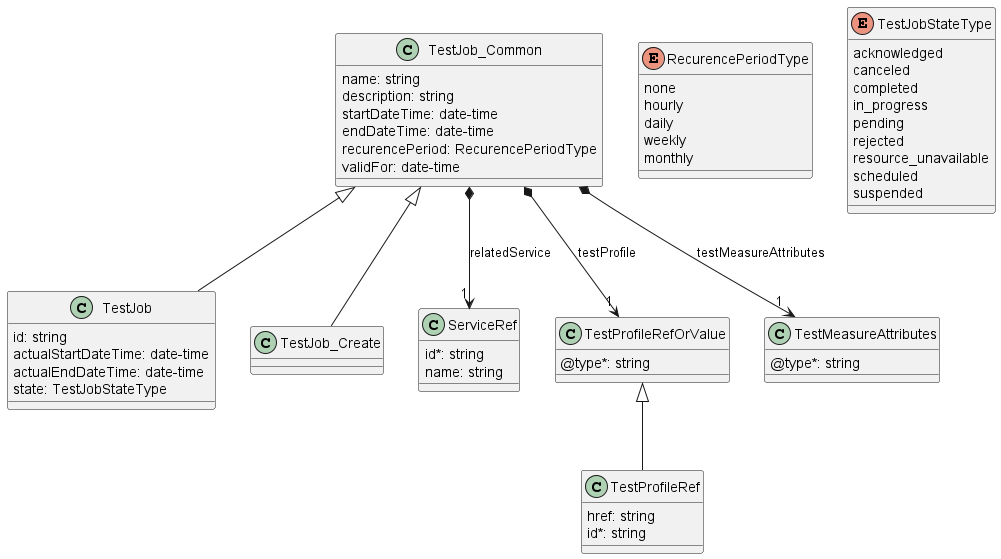
Earlier version of the PlantUML export documentation/serviceApi/sft/serviceTest/media/testJobModel.png (MEF-GIT/MEF-LSO-Legato-SDK).
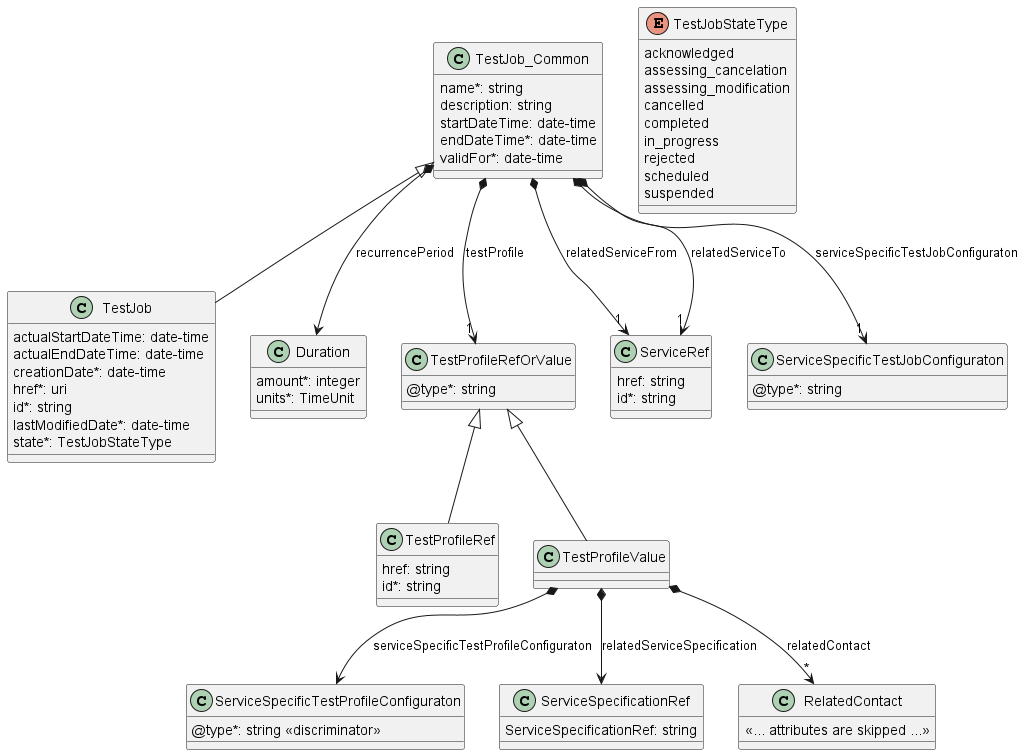
The same file after the commit.

Diff of the diagram source:
```diff
@@ -2,58 +2,47 @@
 
 
 class TestJob_Common {
-    name: string
+
+    name*: string
     description: string
     startDateTime: date-time
-    endDateTime: date-time
-    recurencePeriod: RecurencePeriodType
-    validFor: date-time
+    endDateTime*: date-time
+    validFor*: date-time
+}
+
+class TestJob {
+
+    actualStartDateTime: date-time
+    actualEndDateTime: date-time
+    creationDate*: date-time
+    href*: uri
+    id*: string
+    lastModifiedDate*: date-time
+    state*: TestJobStateType
 }
 TestJob_Common <|-- TestJob
 
-class TestJob {
-    id: string
-    actualStartDateTime: date-time
-    actualEndDateTime: date-time
-    state: TestJobStateType
-}
+enum TestJobStateType {
 
-
-
-enum RecurencePeriodType {
-    none
-    hourly
-    daily
-    weekly
-    monthly
-}
-
-enum TestJobStateType{
     acknowledged
-    canceled
+    assessing_cancelation
+    assessing_modification
+    cancelled
     completed
     in_progress
-    pending
     rejected
-    resource_unavailable
     scheduled
     suspended
 }
 
 
-class TestJob_Create {
+TestJob_Common *--> Duration : recurrencePeriod
+TestJob_Common *-->"1" TestProfileRefOrValue : testProfile
+TestJob_Common *-->"1" ServiceRef : relatedServiceFrom
+TestJob_Common *-->"1" ServiceRef : relatedServiceTo
+TestJob_Common *-->"1" ServiceSpecificTestJobConfiguraton : serviceSpecificTestJobConfiguraton
 
-}
-TestJob_Common <|-- TestJob_Create
-TestJob_Common *-->"1" ServiceRef : relatedService
-TestJob_Common *-->"1" TestProfileRefOrValue : testProfile
-TestJob_Common *-->"1" TestMeasureAttributes : testMeasureAttributes
-
-class TestMeasureAttributes {
-    @type*: string
-}
-
-class TestProfileRefOrValue {
+class ServiceSpecificTestJobConfiguraton {
     @type*: string
 }
 
@@ -64,12 +53,38 @@
 }
 TestProfileRefOrValue <|-- TestProfileRef
 
+class Duration {
 
+    amount*: integer
+    units*: TimeUnit
+}
 
+class TestProfileRefOrValue {
+
+    @type*: string
+}
+
+TestProfileRefOrValue <|-- TestProfileValue
+
+TestProfileValue *--> ServiceSpecificTestProfileConfiguraton : serviceSpecificTestProfileConfiguraton
+TestProfileValue *--> ServiceSpecificationRef : relatedServiceSpecification
+TestProfileValue *-->"*" RelatedContact : relatedContact
+
+class ServiceSpecificTestProfileConfiguraton {
+    @type*: string <<discriminator>>
+}
+class ServiceSpecificationRef {
+        ServiceSpecificationRef: string
+}
+
+class RelatedContact {
+    <<... attributes are skipped ...>>
+}
 
 class ServiceRef {
+
+    href: string
     id*: string
-    name: string
 }
 
 
```
